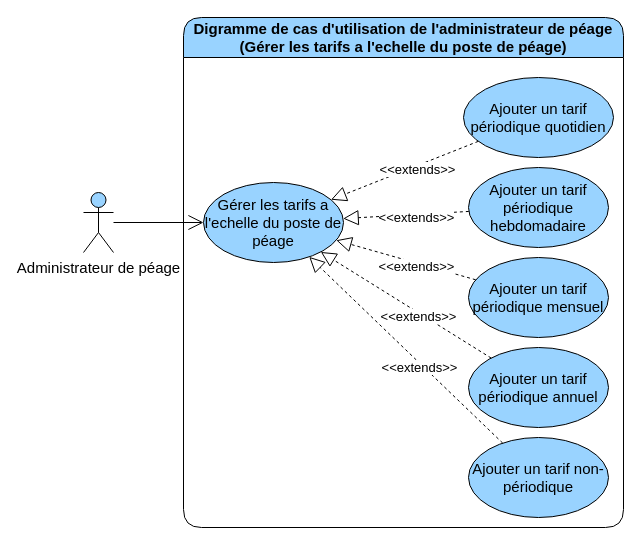
The draw.io diagram page "gerer les tarifs a l'echelle du poste de péage" (2 of 3) of diagrams/use-case/administrateur-de-peage.drawio in devlotfi/peage-pay, before the edit. Source tidied: cells renumbered, new cells numbered last; positions are measured from the earlier drawing's top-left corner, leaving out a move shared by most shapes. Both pictures are drawn from the tidied source at 100%, with x=0, y=0 at pixel (83, 17).
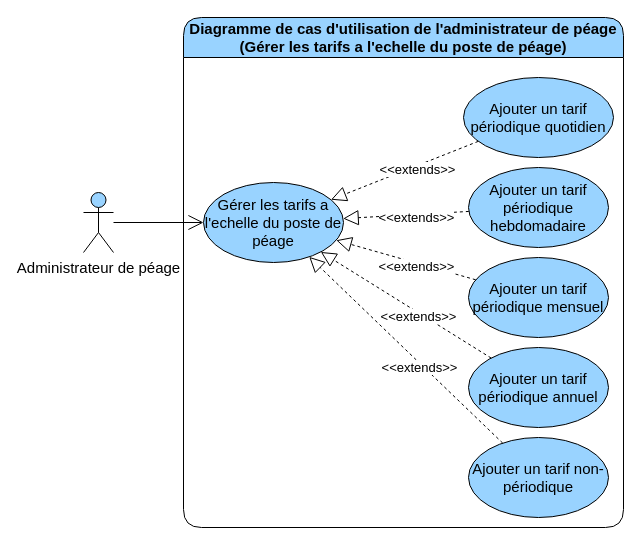
After the change.

Change to the diagram source:
```diff
@@
-    <mxCell id="2" value="Digramme de cas d'utilisation de l'administrateur de péage (Gérer les tarifs a l'echelle du poste de péage)" style="swimlane;whiteSpace=wrap;html=1;rounded=1;fillColor=#99D3FF;startSize=40;fontSize=15;" parent="1" vertex="1">
+    <mxCell id="2" value="Diagramme de cas d'utilisation de l'administrateur de péage (Gérer les tarifs a l'echelle du poste de péage)" style="swimlane;whiteSpace=wrap;html=1;rounded=1;fillColor=#99D3FF;startSize=40;fontSize=15;" parent="1" vertex="1">
       <mxGeometry x="100" width="440" height="510" as="geometry" />
     </mxCell>
```
